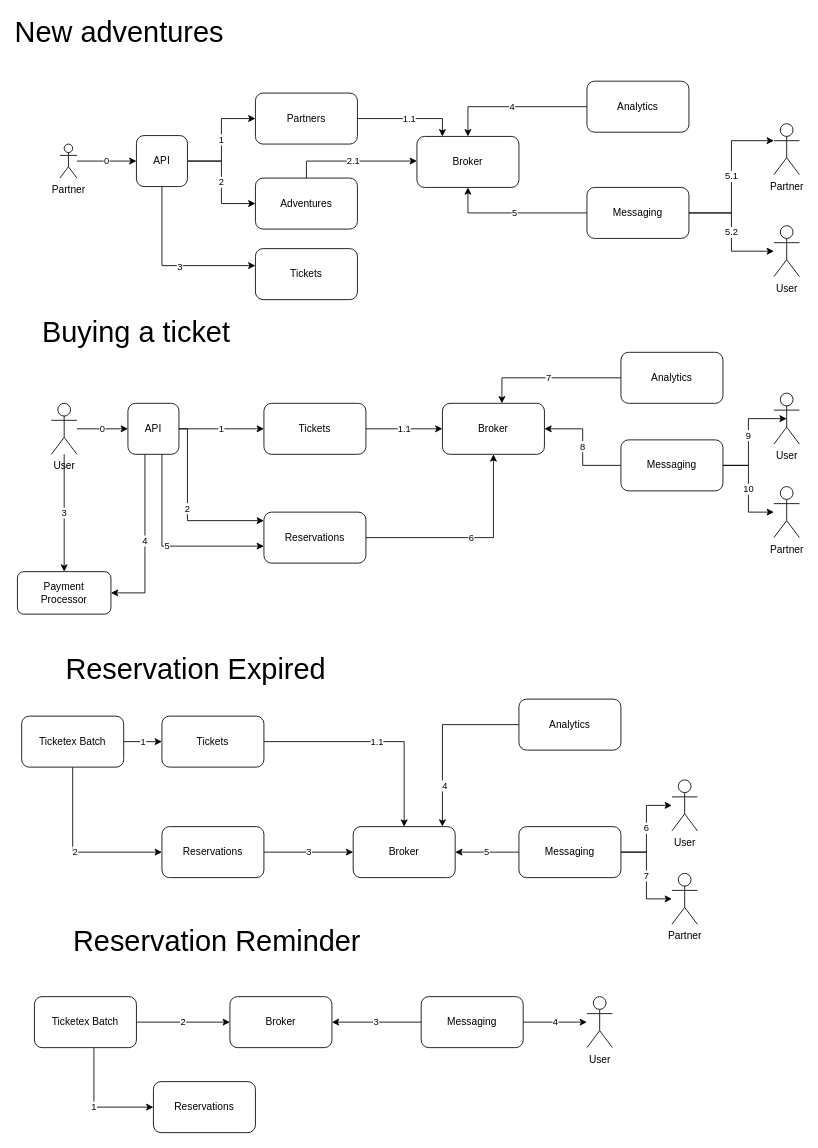
Earlier version of the draw.io diagram page "Flows" (4 of 4) of docs/arch.drawio (andrescosta/ticketex). Source tidied: cells renumbered, new cells numbered last; positions are measured from the earlier drawing's top-left corner, leaving out a move shared by most shapes. Both pictures are drawn from the tidied source at 85%, with x=0, y=0 at pixel (17, 19).
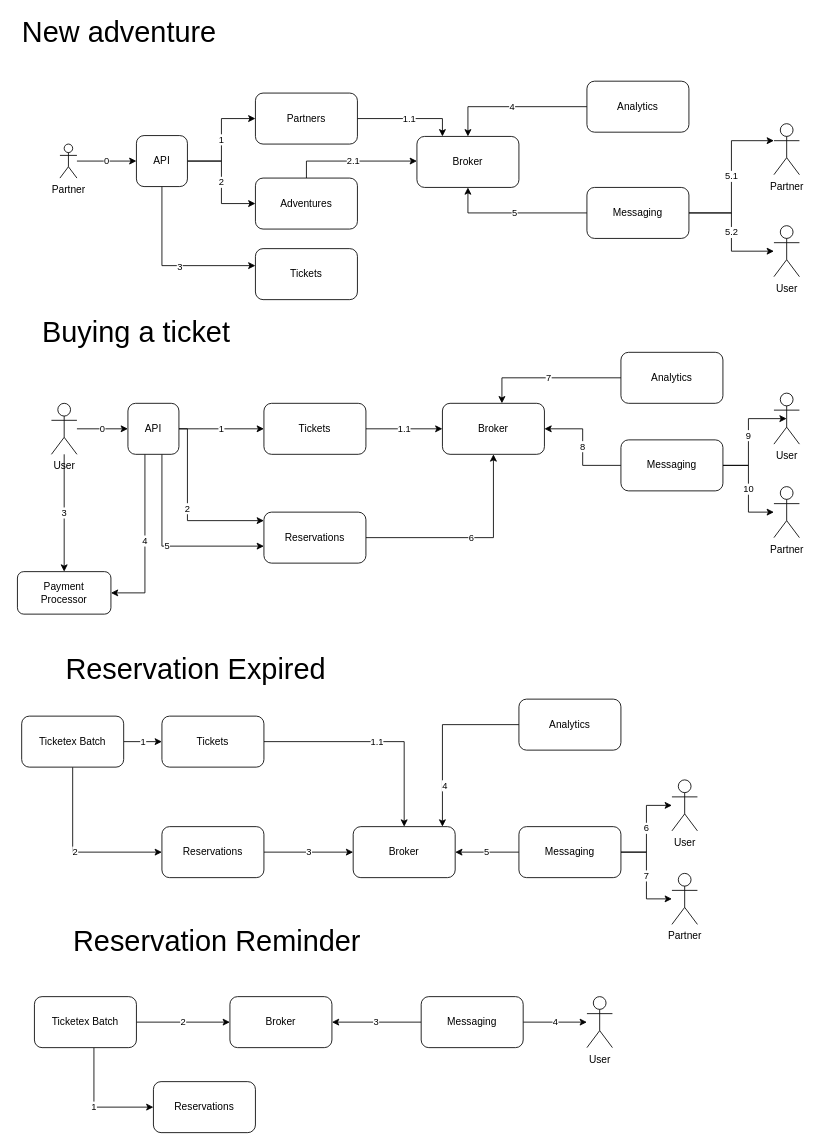
Above is the later version.

The edit, as a diff of the source:
```diff
@@
-    <mxCell id="39" value="New&amp;nbsp;adventures" style="text;html=1;strokeColor=none;fillColor=none;align=center;verticalAlign=middle;whiteSpace=wrap;rounded=0;fontSize=34;" parent="1" vertex="1">
+    <mxCell id="39" value="New&amp;nbsp;adventure" style="text;html=1;strokeColor=none;fillColor=none;align=center;verticalAlign=middle;whiteSpace=wrap;rounded=0;fontSize=34;" parent="1" vertex="1">
       <mxGeometry width="240" height="30" as="geometry" />
     </mxCell>
```
